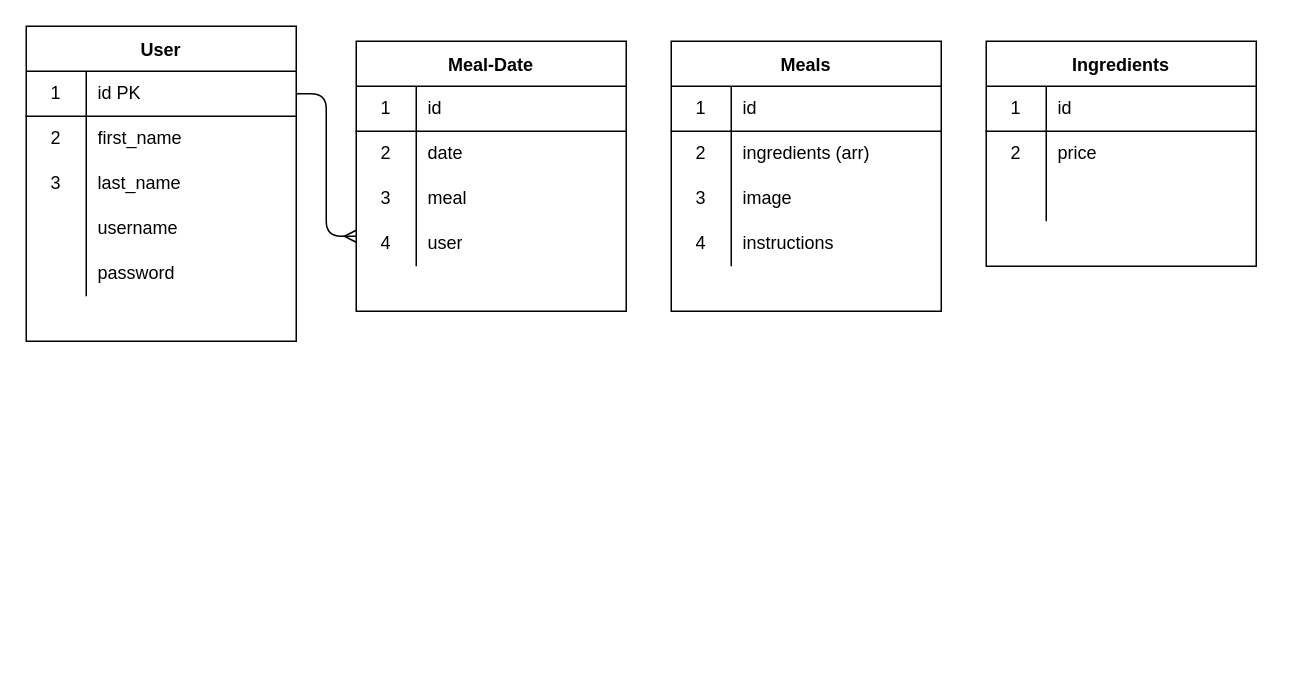
The draw.io diagram erd.drawio in Ikomeda/hellyum, before the edit. Source tidied: cells renumbered, new cells numbered last; positions are measured from the earlier drawing's top-left corner, leaving out a move shared by most shapes. Both pictures are drawn from the tidied source at 150%, with x=0, y=0 at pixel (26, 26).
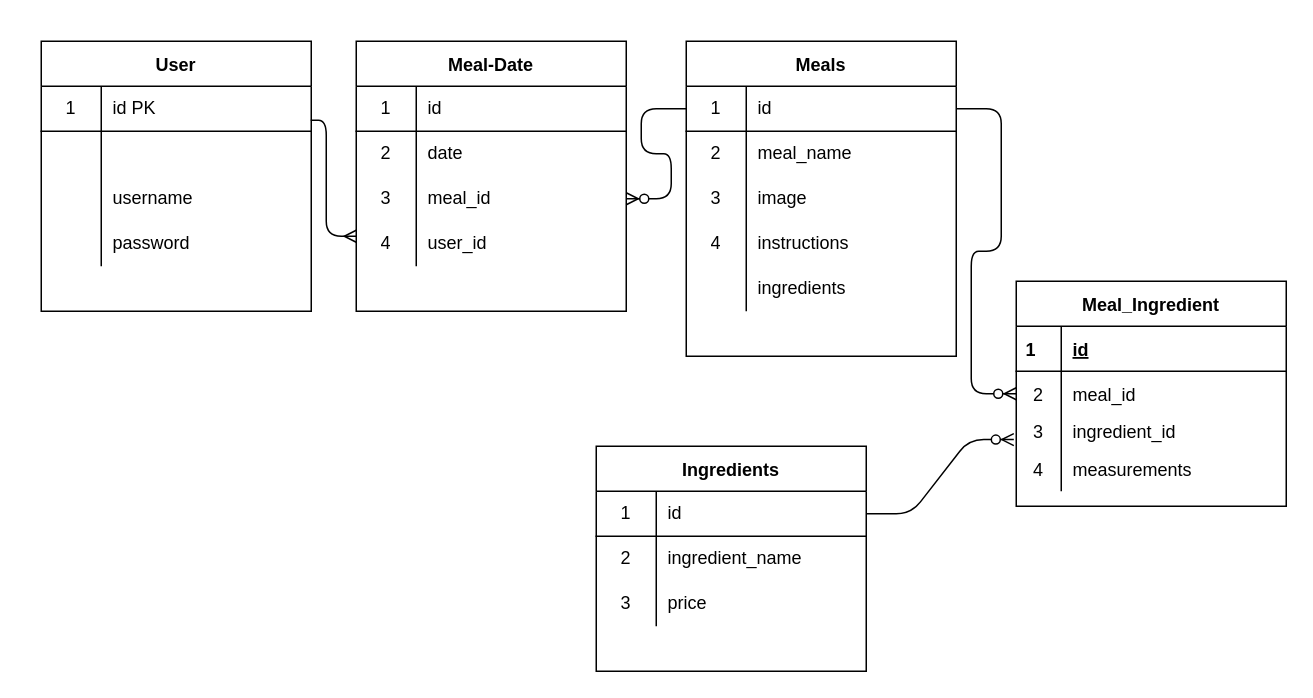
Above is the later version.

Unchanged cells that the change refers to:
```xml
<mxCell id="3" style="shape=partialRectangle;html=1;whiteSpace=wrap;fillColor=none;top=0;left=0;bottom=1;right=0;points=[[0,0.5],[1,0.5]];portConstraint=eastwest;" parent="2" vertex="1">
  <mxGeometry y="30" width="180" height="30" as="geometry" />
</mxCell>
<mxCell id="6" style="shape=partialRectangle;html=1;whiteSpace=wrap;fillColor=none;top=0;left=0;bottom=0;right=0;" parent="2" vertex="1">
  <mxGeometry y="60" width="180" height="30" as="geometry" />
</mxCell>
<mxCell id="19" style="shape=partialRectangle;html=1;whiteSpace=wrap;fillColor=none;top=0;left=0;bottom=1;right=0;points=[[0,0.5],[1,0.5]];portConstraint=eastwest;" parent="18" vertex="1">
  <mxGeometry y="30" width="180" height="30" as="geometry" />
</mxCell>
<mxCell id="22" style="shape=partialRectangle;html=1;whiteSpace=wrap;fillColor=none;top=0;left=0;bottom=0;right=0;" parent="18" vertex="1">
  <mxGeometry y="60" width="180" height="30" as="geometry" />
</mxCell>
<mxCell id="32" style="shape=partialRectangle;html=1;whiteSpace=wrap;fillColor=none;top=0;left=0;bottom=1;right=0;points=[[0,0.5],[1,0.5]];portConstraint=eastwest;" parent="31" vertex="1">
  <mxGeometry y="30" width="180" height="30" as="geometry" />
</mxCell>
<mxCell id="35" style="shape=partialRectangle;html=1;whiteSpace=wrap;fillColor=none;top=0;left=0;bottom=0;right=0;" parent="31" vertex="1">
  <mxGeometry y="60" width="180" height="30" as="geometry" />
</mxCell>
<mxCell id="38" style="shape=partialRectangle;html=1;whiteSpace=wrap;fillColor=none;top=0;left=0;bottom=0;right=0;" parent="31" vertex="1">
  <mxGeometry y="90" width="180" height="30" as="geometry" />
</mxCell>
<mxCell id="48" style="shape=partialRectangle;html=1;whiteSpace=wrap;fillColor=none;top=0;left=0;bottom=0;right=0;points=[[0,0.5],[1,0.5]];portConstraint=eastwest;" parent="41" vertex="1">
  <mxGeometry y="90" width="180" height="30" as="geometry" />
</mxCell>
<mxCell id="51" style="shape=partialRectangle;html=1;whiteSpace=wrap;fillColor=none;top=0;left=0;bottom=0;right=0;" parent="41" vertex="1">
  <mxGeometry y="120" width="180" height="30" as="geometry" />
</mxCell>
```

What changed in the source:
```diff
@@
     <mxCell id="2" value="User" style="shape=table;startSize=30;childLayout=tableLayout;rowLines=0;fontStyle=1;align=center;" parent="1" vertex="1">
-      <mxGeometry width="180" height="210" as="geometry" />
+      <mxGeometry x="10" y="10" width="180" height="180" as="geometry" />
     </mxCell>
@@
-    <mxCell id="7" value="2" style="shape=partialRectangle;html=1;whiteSpace=wrap;fillColor=none;top=0;left=0;bottom=0;right=0;overflow=hidden;" parent="6" vertex="1">
+    <mxCell id="7" style="shape=partialRectangle;html=1;whiteSpace=wrap;fillColor=none;top=0;left=0;bottom=0;right=0;overflow=hidden;" parent="6" vertex="1">
       <mxGeometry width="40" height="30" as="geometry" />
     </mxCell>
-    <mxCell id="8" value="first_name" style="shape=partialRectangle;html=1;whiteSpace=wrap;fillColor=none;top=0;left=0;bottom=0;right=0;align=left;spacingLeft=6;overflow=hidden;" parent="6" vertex="1">
+    <mxCell id="8" style="shape=partialRectangle;html=1;whiteSpace=wrap;fillColor=none;top=0;left=0;bottom=0;right=0;align=left;spacingLeft=6;overflow=hidden;" parent="6" vertex="1">
       <mxGeometry x="40" width="140" height="30" as="geometry" />
     </mxCell>
-    <mxCell id="9" style="shape=partialRectangle;html=1;whiteSpace=wrap;fillColor=none;top=0;left=0;bottom=0;right=0;" parent="2" vertex="1">
-      <mxGeometry y="90" width="180" height="30" as="geometry" />
-    </mxCell>
-    <mxCell id="10" value="3" style="shape=partialRectangle;html=1;whiteSpace=wrap;fillColor=none;top=0;left=0;bottom=0;right=0;overflow=hidden;" parent="9" vertex="1">
-      <mxGeometry width="40" height="30" as="geometry" />
-    </mxCell>
-    <mxCell id="11" value="last_name" style="shape=partialRectangle;html=1;whiteSpace=wrap;fillColor=none;top=0;left=0;bottom=0;right=0;align=left;spacingLeft=6;overflow=hidden;" parent="9" vertex="1">
-      <mxGeometry x="40" width="140" height="30" as="geometry" />
-    </mxCell>
     <mxCell id="12" style="shape=partialRectangle;html=1;whiteSpace=wrap;fillColor=none;top=0;left=0;bottom=0;right=0;" parent="2" vertex="1">
-      <mxGeometry y="120" width="180" height="30" as="geometry" />
+      <mxGeometry y="90" width="180" height="30" as="geometry" />
     </mxCell>
@@
     <mxCell id="15" style="shape=partialRectangle;html=1;whiteSpace=wrap;fillColor=none;top=0;left=0;bottom=0;right=0;" parent="2" vertex="1">
-      <mxGeometry y="150" width="180" height="30" as="geometry" />
+      <mxGeometry y="120" width="180" height="30" as="geometry" />
     </mxCell>
@@
     <mxCell id="18" value="Meals" style="shape=table;startSize=30;childLayout=tableLayout;rowLines=0;fontStyle=1;align=center;" parent="1" vertex="1">
-      <mxGeometry x="430" y="10" width="180" height="180" as="geometry" />
+      <mxGeometry x="440" y="10" width="180" height="210" as="geometry" />
     </mxCell>
@@
-    <mxCell id="24" value="ingredients (arr)" style="shape=partialRectangle;html=1;whiteSpace=wrap;fillColor=none;top=0;left=0;bottom=0;right=0;align=left;spacingLeft=6;overflow=hidden;" parent="22" vertex="1">
+    <mxCell id="24" value="meal_name" style="shape=partialRectangle;html=1;whiteSpace=wrap;fillColor=none;top=0;left=0;bottom=0;right=0;align=left;spacingLeft=6;overflow=hidden;" parent="22" vertex="1">
       <mxGeometry x="40" width="140" height="30" as="geometry" />
     </mxCell>
@@
+    <mxCell id="55" style="shape=partialRectangle;html=1;whiteSpace=wrap;fillColor=none;top=0;left=0;bottom=0;right=0;" parent="18" vertex="1">
+      <mxGeometry y="150" width="180" height="30" as="geometry" />
+    </mxCell>
+    <mxCell id="56" style="shape=partialRectangle;html=1;whiteSpace=wrap;fillColor=none;top=0;left=0;bottom=0;right=0;overflow=hidden;" parent="55" vertex="1">
+      <mxGeometry width="40" height="30" as="geometry" />
+    </mxCell>
+    <mxCell id="57" value="ingredients" style="shape=partialRectangle;html=1;whiteSpace=wrap;fillColor=none;top=0;left=0;bottom=0;right=0;align=left;spacingLeft=6;overflow=hidden;" parent="55" vertex="1">
+      <mxGeometry x="40" width="140" height="30" as="geometry" />
+    </mxCell>
     <mxCell id="31" value="Ingredients" style="shape=table;startSize=30;childLayout=tableLayout;rowLines=0;fontStyle=1;align=center;" parent="1" vertex="1">
-      <mxGeometry x="640" y="10" width="180" height="150" as="geometry" />
+      <mxGeometry x="380" y="280" width="180" height="150" as="geometry" />
     </mxCell>
@@
-    <mxCell id="37" value="price" style="shape=partialRectangle;html=1;whiteSpace=wrap;fillColor=none;top=0;left=0;bottom=0;right=0;align=left;spacingLeft=6;overflow=hidden;" parent="35" vertex="1">
+    <mxCell id="37" value="ingredient_name" style="shape=partialRectangle;html=1;whiteSpace=wrap;fillColor=none;top=0;left=0;bottom=0;right=0;align=left;spacingLeft=6;overflow=hidden;" parent="35" vertex="1">
       <mxGeometry x="40" width="140" height="30" as="geometry" />
     </mxCell>
@@
-    <mxCell id="39" style="shape=partialRectangle;html=1;whiteSpace=wrap;fillColor=none;top=0;left=0;bottom=0;right=0;overflow=hidden;" parent="38" vertex="1">
+    <mxCell id="39" value="3" style="shape=partialRectangle;html=1;whiteSpace=wrap;fillColor=none;top=0;left=0;bottom=0;right=0;overflow=hidden;" parent="38" vertex="1">
       <mxGeometry width="40" height="30" as="geometry" />
     </mxCell>
-    <mxCell id="40" style="shape=partialRectangle;html=1;whiteSpace=wrap;fillColor=none;top=0;left=0;bottom=0;right=0;align=left;spacingLeft=6;overflow=hidden;" parent="38" vertex="1">
+    <mxCell id="40" value="price" style="shape=partialRectangle;html=1;whiteSpace=wrap;fillColor=none;top=0;left=0;bottom=0;right=0;align=left;spacingLeft=6;overflow=hidden;" parent="38" vertex="1">
       <mxGeometry x="40" width="140" height="30" as="geometry" />
     </mxCell>
@@
-    <mxCell id="50" value="meal" style="shape=partialRectangle;html=1;whiteSpace=wrap;fillColor=none;top=0;left=0;bottom=0;right=0;align=left;spacingLeft=6;overflow=hidden;" parent="48" vertex="1">
+    <mxCell id="50" value="meal_id" style="shape=partialRectangle;html=1;whiteSpace=wrap;fillColor=none;top=0;left=0;bottom=0;right=0;align=left;spacingLeft=6;overflow=hidden;" parent="48" vertex="1">
       <mxGeometry x="40" width="140" height="30" as="geometry" />
     </mxCell>
@@
-    <mxCell id="53" value="user" style="shape=partialRectangle;html=1;whiteSpace=wrap;fillColor=none;top=0;left=0;bottom=0;right=0;align=left;spacingLeft=6;overflow=hidden;" parent="51" vertex="1">
+    <mxCell id="53" value="user_id" style="shape=partialRectangle;html=1;whiteSpace=wrap;fillColor=none;top=0;left=0;bottom=0;right=0;align=left;spacingLeft=6;overflow=hidden;" parent="51" vertex="1">
       <mxGeometry x="40" width="140" height="30" as="geometry" />
     </mxCell>
-    <mxCell id="54" style="edgeStyle=elbowEdgeStyle;elbow=horizontal;endArrow=ERmany;html=1;endFill=0;exitX=1;exitY=0.5;exitDx=0;exitDy=0;" parent="1" edge="1" source="3">
+    <mxCell id="54" style="edgeStyle=elbowEdgeStyle;elbow=horizontal;endArrow=ERmany;html=1;endFill=0;exitX=0.998;exitY=0.756;exitDx=0;exitDy=0;exitPerimeter=0;" parent="1" edge="1" source="3">
       <mxGeometry relative="1" as="geometry">
         <mxPoint x="220" y="140" as="targetPoint" />
         <Array as="points">
           <mxPoint x="200" y="190" />
         </Array>
       </mxGeometry>
     </mxCell>
+    <mxCell id="58" style="edgeStyle=entityRelationEdgeStyle;fontSize=12;html=1;endArrow=ERzeroToMany;endFill=1;exitX=0;exitY=0.5;exitDx=0;exitDy=0;entryX=1;entryY=0.5;entryDx=0;entryDy=0;" parent="1" edge="1" source="19" target="48">
+      <mxGeometry relative="1" as="geometry" />
+    </mxCell>
+    <mxCell id="59" value="Meal_Ingredient" style="shape=table;startSize=30;childLayout=tableLayout;rowLines=0;fontStyle=1;align=center;" parent="1" vertex="1">
+      <mxGeometry x="660" y="170" width="180" height="150" as="geometry" />
+    </mxCell>
+    <mxCell id="60" style="shape=partialRectangle;fillColor=none;top=0;left=0;bottom=1;right=0;" parent="59" vertex="1">
+      <mxGeometry y="30" width="180" height="30" as="geometry" />
+    </mxCell>
+    <mxCell id="61" value="1   " style="shape=partialRectangle;fillColor=none;top=0;left=0;bottom=0;right=0;fontStyle=1;overflow=hidden;" parent="60" vertex="1">
+      <mxGeometry width="30" height="30" as="geometry" />
+    </mxCell>
+    <mxCell id="62" value="id" style="shape=partialRectangle;fillColor=none;top=0;left=0;bottom=0;right=0;align=left;spacingLeft=6;fontStyle=5;overflow=hidden;" parent="60" vertex="1">
+      <mxGeometry x="30" width="150" height="30" as="geometry" />
+    </mxCell>
+    <mxCell id="63" style="shape=partialRectangle;fillColor=none;top=0;left=0;bottom=0;right=0;points=[[0,0.5],[1,0.5]];portConstraint=eastwest;" parent="59" vertex="1">
+      <mxGeometry y="60" width="180" height="30" as="geometry" />
+    </mxCell>
+    <mxCell id="64" value="2" style="shape=partialRectangle;fillColor=none;top=0;left=0;bottom=0;right=0;overflow=hidden;" parent="63" vertex="1">
+      <mxGeometry width="30" height="30" as="geometry" />
+    </mxCell>
+    <mxCell id="65" value="meal_id" style="shape=partialRectangle;fillColor=none;top=0;left=0;bottom=0;right=0;align=left;spacingLeft=6;overflow=hidden;" parent="63" vertex="1">
+      <mxGeometry x="30" width="150" height="30" as="geometry" />
+    </mxCell>
+    <mxCell id="66" style="shape=partialRectangle;fillColor=none;top=0;left=0;bottom=0;right=0;points=[[0,0.5],[1,0.5]];portConstraint=eastwest;" parent="59" vertex="1">
+      <mxGeometry y="90" width="180" height="20" as="geometry" />
+    </mxCell>
+    <mxCell id="10" value="3" style="shape=partialRectangle;fillColor=none;top=0;left=0;bottom=0;right=0;overflow=hidden;" parent="66" vertex="1">
+      <mxGeometry width="30" height="20" as="geometry" />
+    </mxCell>
+    <mxCell id="67" value="ingredient_id" style="shape=partialRectangle;fillColor=none;top=0;left=0;bottom=0;right=0;align=left;spacingLeft=6;overflow=hidden;" parent="66" vertex="1">
+      <mxGeometry x="30" width="150" height="20" as="geometry" />
+    </mxCell>
+    <mxCell id="68" style="shape=partialRectangle;fillColor=none;top=0;left=0;bottom=0;right=0;" parent="59" vertex="1">
+      <mxGeometry y="110" width="180" height="30" as="geometry" />
+    </mxCell>
+    <mxCell id="69" value="4" style="shape=partialRectangle;fillColor=none;top=0;left=0;bottom=0;right=0;overflow=hidden;" parent="68" vertex="1">
+      <mxGeometry width="30" height="30" as="geometry" />
+    </mxCell>
+    <mxCell id="70" value="measurements" style="shape=partialRectangle;fillColor=none;top=0;left=0;bottom=0;right=0;align=left;spacingLeft=6;overflow=hidden;" parent="68" vertex="1">
+      <mxGeometry x="30" width="150" height="30" as="geometry" />
+    </mxCell>
+    <mxCell id="71" style="edgeStyle=entityRelationEdgeStyle;fontSize=12;html=1;endArrow=ERzeroToMany;endFill=1;exitX=1;exitY=0.5;exitDx=0;exitDy=0;entryX=-0.009;entryY=0.778;entryDx=0;entryDy=0;entryPerimeter=0;" parent="1" edge="1" source="32" target="66">
+      <mxGeometry relative="1" as="geometry" />
+    </mxCell>
+    <mxCell id="72" style="edgeStyle=entityRelationEdgeStyle;fontSize=12;html=1;endArrow=ERzeroToMany;endFill=1;exitX=1;exitY=0.5;exitDx=0;exitDy=0;entryX=0;entryY=0.5;entryDx=0;entryDy=0;" parent="1" edge="1" source="19" target="63">
+      <mxGeometry relative="1" as="geometry" />
+    </mxCell>
```
